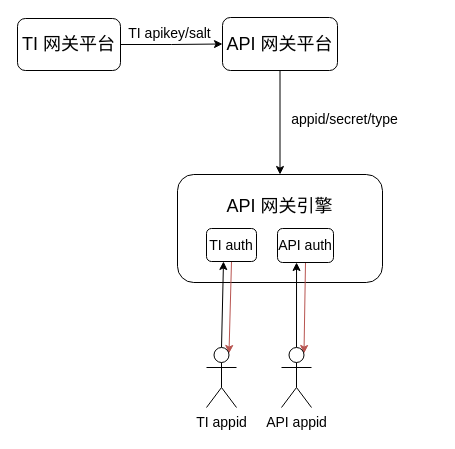
fanfan520-debug/MyDawn keeps this draw.io diagram as 网关鉴权标准化设计.drawio. Above is the earlier version. Source tidied: cells renumbered, new cells numbered last; positions are measured from the earlier drawing's top-left corner, leaving out a move shared by most shapes. Both pictures are drawn from the tidied source at 100%, with x=0, y=0 at pixel (17, 17).
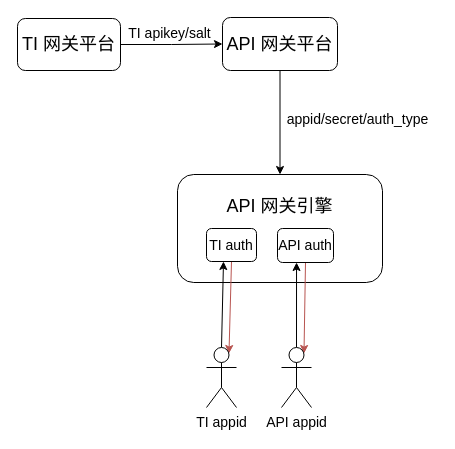
Above is the later version.

Commit message:
更新网关鉴权标准化设计.drawio

Diff of the diagram source:
```diff
@@
 <mxGraphModel>
   <root>
     <mxCell id="0" />
     <mxCell id="1" parent="0" />
     <mxCell id="2" value="&lt;font style=&quot;font-size: 18px;&quot;&gt;API 网关引擎&lt;br&gt;&lt;br&gt;&lt;br&gt;&lt;/font&gt;" style="rounded=1;whiteSpace=wrap;html=1;" parent="1" vertex="1">
       <mxGeometry x="160" y="157" width="205" height="108" as="geometry" />
     </mxCell>
     <mxCell id="3" style="edgeStyle=orthogonalEdgeStyle;rounded=0;jettySize=auto;html=1;exitX=1;exitY=0.5;exitDx=0;exitDy=0;entryX=0;entryY=0.5;entryDx=0;entryDy=0;" parent="1" edge="1" source="4" target="6">
       <mxGeometry relative="1" as="geometry" />
     </mxCell>
     <mxCell id="4" value="&lt;font style=&quot;font-size: 18px;&quot;&gt;TI 网关平台&lt;/font&gt;" style="rounded=1;whiteSpace=wrap;html=1;" parent="1" vertex="1">
       <mxGeometry y="1" width="103" height="52" as="geometry" />
     </mxCell>
     <mxCell id="5" style="edgeStyle=orthogonalEdgeStyle;rounded=0;jettySize=auto;html=1;exitX=0.5;exitY=1;exitDx=0;exitDy=0;entryX=0.5;entryY=0;entryDx=0;entryDy=0;" parent="1" edge="1" source="6" target="2">
       <mxGeometry relative="1" as="geometry" />
     </mxCell>
     <mxCell id="6" value="&lt;font style=&quot;font-size: 18px;&quot;&gt;API 网关平台&lt;/font&gt;" style="rounded=1;whiteSpace=wrap;html=1;" parent="1" vertex="1">
       <mxGeometry x="205" width="115" height="53" as="geometry" />
     </mxCell>
     <mxCell id="7" value="&lt;font style=&quot;font-size: 14px;&quot;&gt;TI apikey/salt&lt;/font&gt;" style="text;html=1;align=center;verticalAlign=middle;strokeColor=none;fillColor=none;" parent="1" vertex="1">
       <mxGeometry x="102" y="1" width="100" height="29" as="geometry" />
     </mxCell>
     <mxCell id="8" style="edgeStyle=none;shape=connector;rounded=0;jettySize=auto;html=1;entryX=0.75;entryY=0.1;entryDx=0;entryDy=0;entryPerimeter=0;labelBackgroundColor=default;strokeColor=#b85450;fontFamily=Helvetica;fontSize=11;fontColor=default;endArrow=classic;fillColor=#f8cecc;exitX=0.5;exitY=1;exitDx=0;exitDy=0;" parent="1" edge="1" source="12" target="11">
       <mxGeometry relative="1" as="geometry" />
     </mxCell>
-    <mxCell id="9" value="&lt;font style=&quot;font-size: 14px;&quot;&gt;appid/secret/type&lt;/font&gt;" style="text;html=1;align=center;verticalAlign=middle;strokeColor=none;fillColor=none;" parent="1" vertex="1">
-      <mxGeometry x="264" y="87" width="125" height="29" as="geometry" />
+    <mxCell id="9" value="&lt;font style=&quot;font-size: 14px;&quot;&gt;appid/secret/auth_type&lt;/font&gt;" style="text;html=1;align=center;verticalAlign=middle;strokeColor=none;fillColor=none;" parent="1" vertex="1">
+      <mxGeometry x="260" y="87" width="160" height="29" as="geometry" />
     </mxCell>
     <mxCell id="10" style="rounded=0;jettySize=auto;html=1;exitX=0.5;exitY=0;exitDx=0;exitDy=0;exitPerimeter=0;strokeColor=default;entryX=0.34;entryY=1;entryDx=0;entryDy=0;entryPerimeter=0;" parent="1" edge="1" source="11" target="12">
       <mxGeometry relative="1" as="geometry" />
     </mxCell>
     <mxCell id="11" value="&lt;font style=&quot;font-size: 14px;&quot;&gt;TI appid&lt;/font&gt;" style="shape=umlActor;verticalLabelPosition=bottom;verticalAlign=top;html=1;outlineConnect=0;" parent="1" vertex="1">
       <mxGeometry x="189" y="330" width="30" height="60" as="geometry" />
     </mxCell>
     <mxCell id="12" value="&lt;font style=&quot;font-size: 14px;&quot;&gt;TI auth&lt;/font&gt;" style="rounded=1;whiteSpace=wrap;html=1;" parent="1" vertex="1">
       <mxGeometry x="189" y="211" width="50" height="33" as="geometry" />
     </mxCell>
     <mxCell id="13" style="edgeStyle=none;shape=connector;rounded=0;jettySize=auto;html=1;entryX=0.75;entryY=0.1;entryDx=0;entryDy=0;entryPerimeter=0;labelBackgroundColor=default;strokeColor=#b85450;fontFamily=Helvetica;fontSize=11;fontColor=default;endArrow=classic;fillColor=#f8cecc;exitX=0.5;exitY=1;exitDx=0;exitDy=0;" parent="1" edge="1" source="16" target="15">
       <mxGeometry relative="1" as="geometry" />
     </mxCell>
     <mxCell id="14" style="rounded=0;jettySize=auto;html=1;exitX=0.5;exitY=0;exitDx=0;exitDy=0;exitPerimeter=0;strokeColor=default;entryX=0.34;entryY=1;entryDx=0;entryDy=0;entryPerimeter=0;" parent="1" edge="1" source="15" target="16">
       <mxGeometry relative="1" as="geometry" />
     </mxCell>
     <mxCell id="15" value="&lt;font style=&quot;font-size: 14px;&quot;&gt;API appid&lt;/font&gt;" style="shape=umlActor;verticalLabelPosition=bottom;verticalAlign=top;html=1;outlineConnect=0;" parent="1" vertex="1">
       <mxGeometry x="264" y="330" width="30" height="60" as="geometry" />
     </mxCell>
     <mxCell id="16" value="&lt;font style=&quot;font-size: 14px;&quot;&gt;API auth&lt;/font&gt;" style="rounded=1;whiteSpace=wrap;html=1;" parent="1" vertex="1">
       <mxGeometry x="260" y="211" width="56" height="34" as="geometry" />
     </mxCell>
   </root>
 </mxGraphModel>
```
